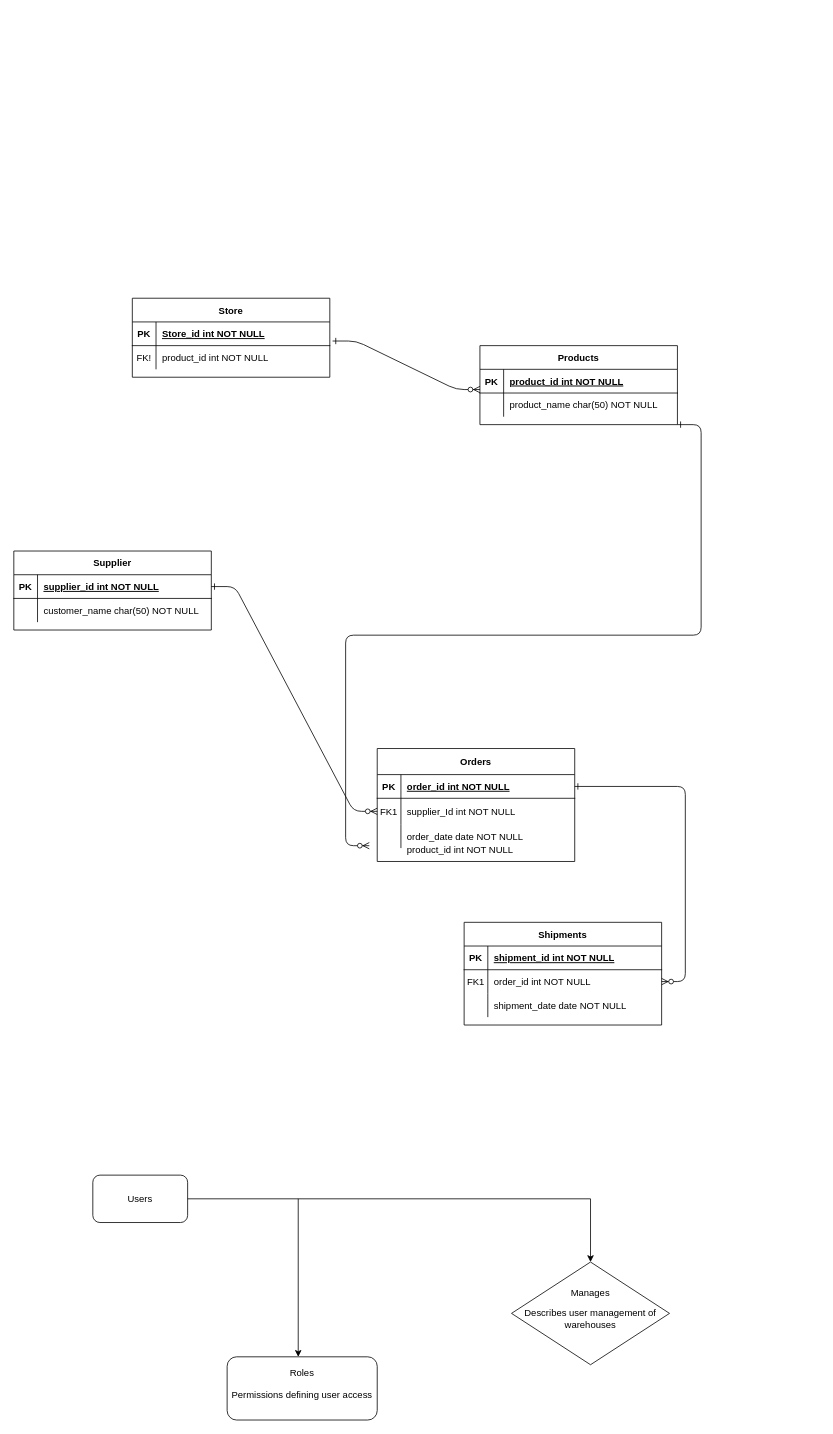
Above: diagrams/ERD.drawio in BhathiyaPrasad/odoo-inventory-pasalka (draw.io), before the change. Source tidied: cells renumbered, new cells numbered last; positions are measured from the earlier drawing's top-left corner, leaving out a move shared by most shapes. Both pictures are drawn from the tidied source at 79%, with x=0, y=0 at pixel (13, 298).
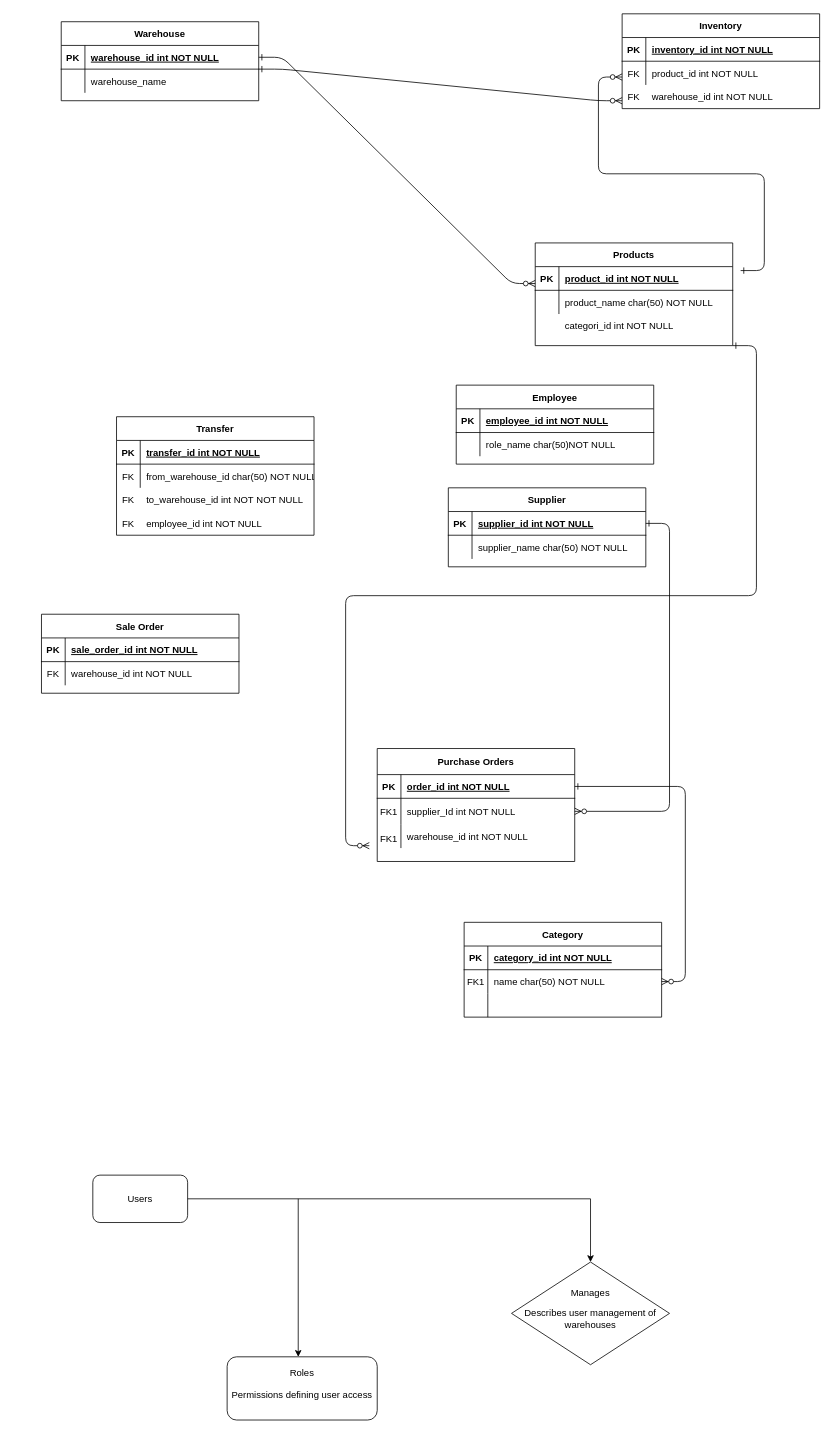
The same page after the edit.

Unchanged cells that the change refers to:
```xml
<mxCell id="11" style="shape=partialRectangle;fillColor=none;top=0;left=0;right=0;bottom=0;" parent="4" vertex="1">
  <mxGeometry y="96" width="250" height="30" as="geometry" />
</mxCell>
<mxCell id="15" style="shape=partialRectangle;fillColor=none;top=0;left=0;right=0;bottom=1;" parent="14" vertex="1">
  <mxGeometry y="30" width="250" height="30" as="geometry" />
</mxCell>
<mxCell id="18" style="shape=partialRectangle;fillColor=none;points=[[0,0.5],[1,0.5]];portConstraint=eastwest;top=0;left=0;right=0;bottom=0;" parent="14" vertex="1">
  <mxGeometry y="60" width="250" height="30" as="geometry" />
</mxCell>
<mxCell id="21" style="shape=partialRectangle;fillColor=none;top=0;left=0;right=0;bottom=0;" parent="14" vertex="1">
  <mxGeometry y="90" width="250" height="30" as="geometry" />
</mxCell>
<mxCell id="28" style="shape=partialRectangle;fillColor=none;top=0;left=0;right=0;bottom=0;" parent="24" vertex="1">
  <mxGeometry y="60" width="250" height="30" as="geometry" />
</mxCell>
<mxCell id="39" style="shape=partialRectangle;fillColor=none;points=[[0,0.5],[1,0.5]];portConstraint=eastwest;top=0;left=0;right=0;bottom=1;" parent="38" vertex="1">
  <mxGeometry y="30" width="250" height="30" as="geometry" />
</mxCell>
<mxCell id="42" style="shape=partialRectangle;fillColor=none;top=0;left=0;right=0;bottom=0;" parent="38" vertex="1">
  <mxGeometry y="60" width="250" height="30" as="geometry" />
</mxCell>
```

Diff of the diagram source:
```diff
@@
-    <mxCell id="4" value="Orders" style="shape=table;startSize=33;childLayout=tableLayout;rowLines=0;fontStyle=1;align=center;" parent="1" vertex="1">
+    <mxCell id="4" value="Purchase Orders" style="shape=table;startSize=33;childLayout=tableLayout;rowLines=0;fontStyle=1;align=center;" parent="1" vertex="1">
       <mxGeometry x="460" y="570" width="250" height="143" as="geometry" />
     </mxCell>
@@
-    <mxCell id="13" value="order_date date NOT NULL" style="shape=partialRectangle;overflow=hidden;fillColor=none;top=0;left=0;bottom=0;right=0;align=left;spacingLeft=6;" parent="11" vertex="1">
+    <mxCell id="13" value="warehouse_id int NOT NULL" style="shape=partialRectangle;overflow=hidden;fillColor=none;top=0;left=0;bottom=0;right=0;align=left;spacingLeft=6;" parent="11" vertex="1">
       <mxGeometry x="30" width="220" height="30" as="geometry" />
     </mxCell>
-    <mxCell id="14" value="Shipments" style="shape=table;startSize=30;childLayout=tableLayout;rowLines=0;fontStyle=1;align=center;" parent="1" vertex="1">
-      <mxGeometry x="570" y="790" width="250" height="130" as="geometry" />
+    <mxCell id="14" value="Category" style="shape=table;startSize=30;childLayout=tableLayout;rowLines=0;fontStyle=1;align=center;" parent="1" vertex="1">
+      <mxGeometry x="570" y="790" width="250" height="120" as="geometry" />
     </mxCell>
@@
-    <mxCell id="17" value="shipment_id int NOT NULL " style="shape=partialRectangle;overflow=hidden;fillColor=none;top=0;left=0;bottom=0;right=0;align=left;spacingLeft=6;fontStyle=5;" parent="15" vertex="1">
+    <mxCell id="17" value="category_id int NOT NULL " style="shape=partialRectangle;overflow=hidden;fillColor=none;top=0;left=0;bottom=0;right=0;align=left;spacingLeft=6;fontStyle=5;" parent="15" vertex="1">
       <mxGeometry x="30" width="220" height="30" as="geometry" />
     </mxCell>
@@
-    <mxCell id="20" value="order_id int NOT NULL" style="shape=partialRectangle;overflow=hidden;fillColor=none;top=0;left=0;bottom=0;right=0;align=left;spacingLeft=6;" parent="18" vertex="1">
+    <mxCell id="20" value="name char(50) NOT NULL" style="shape=partialRectangle;overflow=hidden;fillColor=none;top=0;left=0;bottom=0;right=0;align=left;spacingLeft=6;" parent="18" vertex="1">
       <mxGeometry x="30" width="220" height="30" as="geometry" />
     </mxCell>
@@
-    <mxCell id="23" value="shipment_date date NOT NULL" style="shape=partialRectangle;overflow=hidden;fillColor=none;top=0;left=0;bottom=0;right=0;align=left;spacingLeft=6;" parent="21" vertex="1">
+    <mxCell id="23" style="shape=partialRectangle;overflow=hidden;fillColor=none;top=0;left=0;bottom=0;right=0;align=left;spacingLeft=6;" parent="21" vertex="1">
       <mxGeometry x="30" width="220" height="30" as="geometry" />
     </mxCell>
     <mxCell id="24" value="Supplier" style="shape=table;startSize=30;childLayout=tableLayout;rowLines=0;fontStyle=1;align=center;" parent="1" vertex="1">
-      <mxGeometry y="320" width="250" height="100" as="geometry" />
+      <mxGeometry x="550" y="240" width="250" height="100" as="geometry" />
     </mxCell>
@@
-    <mxCell id="30" value="customer_name char(50) NOT NULL" style="shape=partialRectangle;overflow=hidden;fillColor=none;top=0;left=0;bottom=0;right=0;align=left;spacingLeft=6;" parent="28" vertex="1">
+    <mxCell id="30" value="supplier_name char(50) NOT NULL" style="shape=partialRectangle;overflow=hidden;fillColor=none;top=0;left=0;bottom=0;right=0;align=left;spacingLeft=6;" parent="28" vertex="1">
       <mxGeometry x="30" width="220" height="30" as="geometry" />
     </mxCell>
     <mxCell id="31" value="Products" style="shape=table;startSize=30;childLayout=tableLayout;rowLines=0;fontStyle=1;align=center;" parent="1" vertex="1">
-      <mxGeometry x="590" y="60" width="250" height="100" as="geometry" />
+      <mxGeometry x="660" y="-70" width="250" height="130" as="geometry" />
     </mxCell>
@@
-    <mxCell id="38" value="Store" style="shape=table;startSize=30;childLayout=tableLayout;rowLines=0;fontStyle=1;align=center;" parent="1" vertex="1">
-      <mxGeometry x="150" width="250" height="100" as="geometry" />
+    <mxCell id="38" value="Warehouse" style="shape=table;startSize=30;childLayout=tableLayout;rowLines=0;fontStyle=1;align=center;" parent="1" vertex="1">
+      <mxGeometry x="60" y="-350" width="250" height="100" as="geometry" />
     </mxCell>
@@
-    <mxCell id="41" value="Store_id int NOT NULL " style="shape=partialRectangle;overflow=hidden;fillColor=none;top=0;left=0;bottom=0;right=0;align=left;spacingLeft=6;fontStyle=5;" parent="39" vertex="1">
+    <mxCell id="41" value="warehouse_id int NOT NULL " style="shape=partialRectangle;overflow=hidden;fillColor=none;top=0;left=0;bottom=0;right=0;align=left;spacingLeft=6;fontStyle=5;" parent="39" vertex="1">
       <mxGeometry x="30" width="220" height="30" as="geometry" />
     </mxCell>
@@
-    <mxCell id="43" value="FK!" style="shape=partialRectangle;overflow=hidden;fillColor=none;top=0;left=0;bottom=0;right=0;" parent="42" vertex="1">
+    <mxCell id="43" style="shape=partialRectangle;overflow=hidden;fillColor=none;top=0;left=0;bottom=0;right=0;" parent="42" vertex="1">
       <mxGeometry width="30" height="30" as="geometry" />
     </mxCell>
-    <mxCell id="44" value="product_id int NOT NULL" style="shape=partialRectangle;overflow=hidden;fillColor=none;top=0;left=0;bottom=0;right=0;align=left;spacingLeft=6;" parent="42" vertex="1">
+    <mxCell id="44" value="warehouse_name" style="shape=partialRectangle;overflow=hidden;fillColor=none;top=0;left=0;bottom=0;right=0;align=left;spacingLeft=6;" parent="42" vertex="1">
       <mxGeometry x="30" width="220" height="30" as="geometry" />
     </mxCell>
-    <mxCell id="45" style="edgeStyle=entityRelationEdgeStyle;endArrow=ERzeroToMany;startArrow=ERone;endFill=1;startFill=0;exitX=1.014;exitY=0.806;exitDx=0;exitDy=0;exitPerimeter=0;" parent="1" edge="1" source="39">
+    <mxCell id="45" style="edgeStyle=entityRelationEdgeStyle;endArrow=ERzeroToMany;startArrow=ERone;endFill=1;startFill=0;exitX=1;exitY=0.5;exitDx=0;exitDy=0;" parent="1" edge="1" source="39">
       <mxGeometry relative="1" as="geometry">
-        <mxPoint x="590" y="115.6" as="targetPoint" />
+        <mxPoint x="660" y="-18.6" as="targetPoint" />
       </mxGeometry>
     </mxCell>
@@
-    <mxCell id="47" value="product_id int NOT NULL" style="shape=partialRectangle;overflow=hidden;fillColor=none;top=0;left=0;bottom=0;right=0;align=left;spacingLeft=6;" parent="1" vertex="1">
-      <mxGeometry x="490" y="683" width="220" height="30" as="geometry" />
-    </mxCell>
@@
+    <mxCell id="53" value="Inventory" style="shape=table;startSize=30;childLayout=tableLayout;rowLines=0;fontStyle=1;align=center;" parent="1" vertex="1">
+      <mxGeometry x="770" y="-360" width="250" height="120" as="geometry" />
+    </mxCell>
+    <mxCell id="54" style="shape=partialRectangle;fillColor=none;top=0;left=0;right=0;bottom=1;" parent="53" vertex="1">
+      <mxGeometry y="30" width="250" height="30" as="geometry" />
+    </mxCell>
+    <mxCell id="55" value="PK" style="shape=partialRectangle;overflow=hidden;fillColor=none;top=0;left=0;bottom=0;right=0;fontStyle=1;" parent="54" vertex="1">
+      <mxGeometry width="30" height="30" as="geometry" />
+    </mxCell>
+    <mxCell id="56" value="inventory_id int NOT NULL " style="shape=partialRectangle;overflow=hidden;fillColor=none;top=0;left=0;bottom=0;right=0;align=left;spacingLeft=6;fontStyle=5;" parent="54" vertex="1">
+      <mxGeometry x="30" width="220" height="30" as="geometry" />
+    </mxCell>
+    <mxCell id="57" style="shape=partialRectangle;fillColor=none;top=0;left=0;right=0;bottom=0;" parent="53" vertex="1">
+      <mxGeometry y="60" width="250" height="30" as="geometry" />
+    </mxCell>
+    <mxCell id="58" value="FK" style="shape=partialRectangle;overflow=hidden;fillColor=none;top=0;left=0;bottom=0;right=0;" parent="57" vertex="1">
+      <mxGeometry width="30" height="30" as="geometry" />
+    </mxCell>
+    <mxCell id="47" value="product_id int NOT NULL" style="shape=partialRectangle;overflow=hidden;fillColor=none;top=0;left=0;bottom=0;right=0;align=left;spacingLeft=6;" parent="57" vertex="1">
+      <mxGeometry x="30" width="220" height="30" as="geometry" />
+    </mxCell>
+    <mxCell id="59" value="Employee" style="shape=table;startSize=30;childLayout=tableLayout;rowLines=0;fontStyle=1;align=center;" parent="1" vertex="1">
+      <mxGeometry x="560" y="110" width="250" height="100" as="geometry" />
+    </mxCell>
+    <mxCell id="60" style="shape=partialRectangle;fillColor=none;top=0;left=0;right=0;bottom=1;" parent="59" vertex="1">
+      <mxGeometry y="30" width="250" height="30" as="geometry" />
+    </mxCell>
+    <mxCell id="61" value="PK" style="shape=partialRectangle;overflow=hidden;fillColor=none;top=0;left=0;bottom=0;right=0;fontStyle=1;" parent="60" vertex="1">
+      <mxGeometry width="30" height="30" as="geometry" />
+    </mxCell>
+    <mxCell id="62" value="employee_id int NOT NULL " style="shape=partialRectangle;overflow=hidden;fillColor=none;top=0;left=0;bottom=0;right=0;align=left;spacingLeft=6;fontStyle=5;" parent="60" vertex="1">
+      <mxGeometry x="30" width="220" height="30" as="geometry" />
+    </mxCell>
+    <mxCell id="63" style="shape=partialRectangle;fillColor=none;top=0;left=0;right=0;bottom=0;" parent="59" vertex="1">
+      <mxGeometry y="60" width="250" height="30" as="geometry" />
+    </mxCell>
+    <mxCell id="64" style="shape=partialRectangle;overflow=hidden;fillColor=none;top=0;left=0;bottom=0;right=0;" parent="63" vertex="1">
+      <mxGeometry width="30" height="30" as="geometry" />
+    </mxCell>
+    <mxCell id="65" value="role_name char(50)NOT NULL" style="shape=partialRectangle;overflow=hidden;fillColor=none;top=0;left=0;bottom=0;right=0;align=left;spacingLeft=6;" parent="63" vertex="1">
+      <mxGeometry x="30" width="220" height="30" as="geometry" />
+    </mxCell>
+    <mxCell id="66" value="Transfer" style="shape=table;startSize=30;childLayout=tableLayout;rowLines=0;fontStyle=1;align=center;" parent="1" vertex="1">
+      <mxGeometry x="130" y="150" width="250" height="150" as="geometry" />
+    </mxCell>
+    <mxCell id="67" style="shape=partialRectangle;fillColor=none;top=0;left=0;right=0;bottom=1;" parent="66" vertex="1">
+      <mxGeometry y="30" width="250" height="30" as="geometry" />
+    </mxCell>
+    <mxCell id="68" value="PK" style="shape=partialRectangle;overflow=hidden;fillColor=none;top=0;left=0;bottom=0;right=0;fontStyle=1;" parent="67" vertex="1">
+      <mxGeometry width="30" height="30" as="geometry" />
+    </mxCell>
+    <mxCell id="69" value="transfer_id int NOT NULL " style="shape=partialRectangle;overflow=hidden;fillColor=none;top=0;left=0;bottom=0;right=0;align=left;spacingLeft=6;fontStyle=5;" parent="67" vertex="1">
+      <mxGeometry x="30" width="220" height="30" as="geometry" />
+    </mxCell>
+    <mxCell id="70" style="shape=partialRectangle;fillColor=none;top=0;left=0;right=0;bottom=0;" parent="66" vertex="1">
+      <mxGeometry y="60" width="250" height="30" as="geometry" />
+    </mxCell>
+    <mxCell id="71" style="shape=partialRectangle;overflow=hidden;fillColor=none;top=0;left=0;bottom=0;right=0;" parent="70" vertex="1">
+      <mxGeometry width="30" height="30" as="geometry" />
+    </mxCell>
+    <mxCell id="72" value="from_warehouse_id char(50) NOT NULL" style="shape=partialRectangle;overflow=hidden;fillColor=none;top=0;left=0;bottom=0;right=0;align=left;spacingLeft=6;" parent="70" vertex="1">
+      <mxGeometry x="30" width="220" height="30" as="geometry" />
+    </mxCell>
+    <mxCell id="73" value="to_warehouse_id int NOT NOT NULL" style="shape=partialRectangle;overflow=hidden;fillColor=none;top=0;left=0;bottom=0;right=0;align=left;spacingLeft=6;" parent="1" vertex="1">
+      <mxGeometry x="160" y="240" width="220" height="30" as="geometry" />
+    </mxCell>
+    <mxCell id="74" value="FK" style="shape=partialRectangle;overflow=hidden;fillColor=none;top=0;left=0;bottom=0;right=0;" parent="1" vertex="1">
+      <mxGeometry x="130" y="210" width="30" height="30" as="geometry" />
+    </mxCell>
+    <mxCell id="75" value="FK" style="shape=partialRectangle;overflow=hidden;fillColor=none;top=0;left=0;bottom=0;right=0;" parent="1" vertex="1">
+      <mxGeometry x="130" y="240" width="30" height="30" as="geometry" />
+    </mxCell>
+    <mxCell id="76" value="categori_id int NOT NULL" style="shape=partialRectangle;overflow=hidden;fillColor=none;top=0;left=0;bottom=0;right=0;align=left;spacingLeft=6;" parent="1" vertex="1">
+      <mxGeometry x="690" y="20" width="220" height="30" as="geometry" />
+    </mxCell>
+    <mxCell id="77" value="warehouse_id int NOT NULL" style="shape=partialRectangle;overflow=hidden;fillColor=none;top=0;left=0;bottom=0;right=0;align=left;spacingLeft=6;" parent="1" vertex="1">
+      <mxGeometry x="800" y="-270" width="220" height="30" as="geometry" />
+    </mxCell>
+    <mxCell id="78" value="FK" style="shape=partialRectangle;overflow=hidden;fillColor=none;top=0;left=0;bottom=0;right=0;" parent="1" vertex="1">
+      <mxGeometry x="770" y="-270" width="30" height="30" as="geometry" />
+    </mxCell>
+    <mxCell id="79" value="employee_id int NOT NULL" style="shape=partialRectangle;overflow=hidden;fillColor=none;top=0;left=0;bottom=0;right=0;align=left;spacingLeft=6;" parent="1" vertex="1">
+      <mxGeometry x="160" y="270" width="220" height="30" as="geometry" />
+    </mxCell>
+    <mxCell id="80" value="FK" style="shape=partialRectangle;overflow=hidden;fillColor=none;top=0;left=0;bottom=0;right=0;" parent="1" vertex="1">
+      <mxGeometry x="130" y="270" width="30" height="30" as="geometry" />
+    </mxCell>
+    <mxCell id="81" value="FK1" style="shape=partialRectangle;overflow=hidden;fillColor=none;top=0;left=0;bottom=0;right=0;" parent="1" vertex="1">
+      <mxGeometry x="460" y="667" width="30" height="33" as="geometry" />
+    </mxCell>
+    <mxCell id="82" value="Sale Order" style="shape=table;startSize=30;childLayout=tableLayout;rowLines=0;fontStyle=1;align=center;" parent="1" vertex="1">
+      <mxGeometry x="35" y="400" width="250" height="100" as="geometry" />
+    </mxCell>
+    <mxCell id="83" style="shape=partialRectangle;fillColor=none;top=0;left=0;right=0;bottom=1;" parent="82" vertex="1">
+      <mxGeometry y="30" width="250" height="30" as="geometry" />
+    </mxCell>
+    <mxCell id="84" value="PK" style="shape=partialRectangle;overflow=hidden;fillColor=none;top=0;left=0;bottom=0;right=0;fontStyle=1;" parent="83" vertex="1">
+      <mxGeometry width="30" height="30" as="geometry" />
+    </mxCell>
+    <mxCell id="85" value="sale_order_id int NOT NULL " style="shape=partialRectangle;overflow=hidden;fillColor=none;top=0;left=0;bottom=0;right=0;align=left;spacingLeft=6;fontStyle=5;" parent="83" vertex="1">
+      <mxGeometry x="30" width="220" height="30" as="geometry" />
+    </mxCell>
+    <mxCell id="86" style="shape=partialRectangle;fillColor=none;top=0;left=0;right=0;bottom=0;" parent="82" vertex="1">
+      <mxGeometry y="60" width="250" height="30" as="geometry" />
+    </mxCell>
+    <mxCell id="87" style="shape=partialRectangle;overflow=hidden;fillColor=none;top=0;left=0;bottom=0;right=0;" parent="86" vertex="1">
+      <mxGeometry width="30" height="30" as="geometry" />
+    </mxCell>
+    <mxCell id="88" value="warehouse_id int NOT NULL" style="shape=partialRectangle;overflow=hidden;fillColor=none;top=0;left=0;bottom=0;right=0;align=left;spacingLeft=6;" parent="86" vertex="1">
+      <mxGeometry x="30" width="220" height="30" as="geometry" />
+    </mxCell>
+    <mxCell id="89" value="FK" style="shape=partialRectangle;overflow=hidden;fillColor=none;top=0;left=0;bottom=0;right=0;" parent="1" vertex="1">
+      <mxGeometry x="35" y="460" width="30" height="30" as="geometry" />
+    </mxCell>
+    <mxCell id="90" style="edgeStyle=entityRelationEdgeStyle;endArrow=ERzeroToMany;startArrow=ERone;endFill=1;startFill=0;exitX=1;exitY=0.25;exitDx=0;exitDy=0;entryX=0;entryY=0.5;entryDx=0;entryDy=0;" parent="1" edge="1">
+      <mxGeometry relative="1" as="geometry">
+        <mxPoint x="310" y="-290" as="sourcePoint" />
+        <mxPoint x="770" y="-250" as="targetPoint" />
+        <Array as="points">
+          <mxPoint x="320" y="-270" />
+        </Array>
+      </mxGeometry>
+    </mxCell>
+    <mxCell id="91" style="edgeStyle=entityRelationEdgeStyle;endArrow=ERzeroToMany;startArrow=ERone;endFill=1;startFill=0;exitX=1;exitY=0.5;exitDx=0;exitDy=0;" parent="1" edge="1">
+      <mxGeometry relative="1" as="geometry">
+        <mxPoint x="920" y="-35" as="sourcePoint" />
+        <mxPoint x="770" y="-280" as="targetPoint" />
+      </mxGeometry>
+    </mxCell>
```
